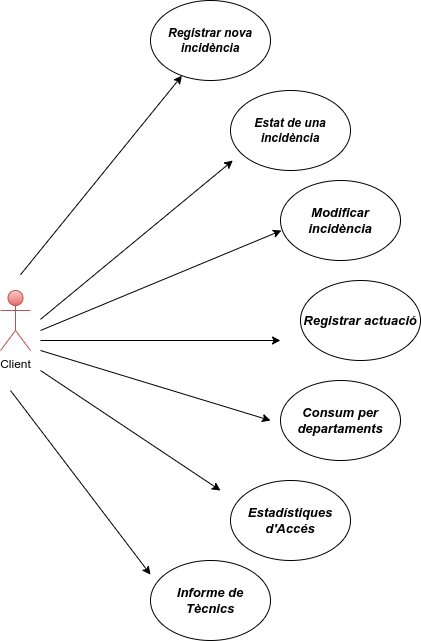
Before: Diagrama de casos d'us.drawio.png, a diagram exported from draw.io (inspedralbes/projecte-1dam-24-25-dam1pj1). Source tidied: cells renumbered, new cells last; positions are measured from the earlier drawing's top-left corner, leaving out a move shared by most shapes. Source of this version:
```xml
<mxGraphModel>
  <root>
    <mxCell id="0" />
    <mxCell id="1" parent="0" />
    <mxCell id="2" value="&lt;span style=&quot;box-sizing: border-box; font-variant-ligatures: normal; font-variant-caps: normal; letter-spacing: normal; orphans: 2; text-align: left; text-indent: 0px; text-transform: none; widows: 2; word-spacing: 0px; -webkit-text-stroke-width: 0px; white-space: normal; text-decoration-thickness: initial; text-decoration-style: initial; text-decoration-color: initial; font-family: Comfortaa, Arial; font-style: italic; vertical-align: baseline;&quot; class=&quot;C9DxTc&quot;&gt;&lt;font style=&quot;color: rgb(0, 0, 0);&quot;&gt;&lt;b style=&quot;&quot;&gt;Registrar nova incidència&lt;/b&gt;&lt;/font&gt;&lt;/span&gt;" style="ellipse;whiteSpace=wrap;html=1;" parent="1" vertex="1">
      <mxGeometry x="150" width="120" height="80" as="geometry" />
    </mxCell>
    <mxCell id="3" value="&lt;font style=&quot;color: rgb(0, 0, 0);&quot;&gt;&lt;b&gt;&lt;span style=&quot;box-sizing: border-box; text-align: left; font-family: Comfortaa, Arial; font-style: italic; vertical-align: baseline;&quot; class=&quot;C9DxTc&quot;&gt;Estat de una incidència&lt;/span&gt;&lt;/b&gt;&lt;/font&gt;" style="ellipse;whiteSpace=wrap;html=1;" parent="1" vertex="1">
      <mxGeometry x="230" y="90" width="120" height="80" as="geometry" />
    </mxCell>
    <mxCell id="4" value="&lt;span style=&quot;font-family: Comfortaa, Arial; font-style: italic; text-align: left;&quot;&gt;&lt;font style=&quot;font-size: 13px; color: rgb(0, 0, 0);&quot;&gt;&lt;b style=&quot;&quot;&gt;Modificar incidència&lt;/b&gt;&lt;/font&gt;&lt;/span&gt;" style="ellipse;whiteSpace=wrap;html=1;" parent="1" vertex="1">
      <mxGeometry x="280" y="180" width="120" height="80" as="geometry" />
    </mxCell>
    <mxCell id="5" value="&lt;span style=&quot;font-family: Comfortaa, Arial; font-style: italic; text-align: left;&quot;&gt;&lt;font style=&quot;font-size: 13px; color: rgb(0, 0, 0);&quot;&gt;&lt;b style=&quot;&quot;&gt;Registrar actuació&lt;/b&gt;&lt;/font&gt;&lt;/span&gt;" style="ellipse;whiteSpace=wrap;html=1;" parent="1" vertex="1">
      <mxGeometry x="300" y="280" width="120" height="80" as="geometry" />
    </mxCell>
    <mxCell id="6" value="&lt;span style=&quot;font-family: Comfortaa, Arial; font-style: italic; text-align: left;&quot;&gt;&lt;font style=&quot;font-size: 13px; color: rgb(0, 0, 0);&quot;&gt;&lt;b style=&quot;&quot;&gt;Informe de Tècnics&lt;/b&gt;&lt;/font&gt;&lt;/span&gt;" style="ellipse;whiteSpace=wrap;html=1;" parent="1" vertex="1">
      <mxGeometry x="150" y="560" width="120" height="80" as="geometry" />
    </mxCell>
    <mxCell id="7" value="&lt;span style=&quot;box-sizing: border-box; text-align: left; font-family: Comfortaa, Arial; font-style: italic; vertical-align: baseline;&quot; class=&quot;C9DxTc&quot;&gt;&lt;font style=&quot;font-size: 13px; color: rgb(0, 0, 0);&quot;&gt;&lt;b style=&quot;&quot;&gt;Consum per departaments&lt;/b&gt;&lt;/font&gt;&lt;/span&gt;" style="ellipse;whiteSpace=wrap;html=1;" parent="1" vertex="1">
      <mxGeometry x="280" y="380" width="120" height="80" as="geometry" />
    </mxCell>
    <mxCell id="8" value="&lt;span style=&quot;font-family: Comfortaa, Arial; font-style: italic; text-align: justify;&quot;&gt;&lt;font style=&quot;font-size: 13px;&quot;&gt;&lt;b style=&quot;&quot;&gt;Estadístiques d'Accés&lt;/b&gt;&lt;/font&gt;&lt;/span&gt;" style="ellipse;whiteSpace=wrap;html=1;" parent="1" vertex="1">
      <mxGeometry x="230" y="480" width="120" height="80" as="geometry" />
    </mxCell>
    <mxCell id="9" value="Client" style="shape=umlActor;verticalLabelPosition=bottom;verticalAlign=top;html=1;fillColor=#f8cecc;strokeColor=#b85450;gradientColor=#ea6b66;" parent="1" vertex="1">
      <mxGeometry y="290" width="30" height="60" as="geometry" />
    </mxCell>
    <mxCell id="10" style="endArrow=classic;html=1;rounded=0;" parent="1" edge="1" target="2">
      <mxGeometry relative="1" as="geometry">
        <mxPoint x="20" y="274.2" as="sourcePoint" />
      </mxGeometry>
    </mxCell>
    <mxCell id="11" style="endArrow=classic;html=1;rounded=0;" parent="1" edge="1">
      <mxGeometry relative="1" as="geometry">
        <mxPoint x="10" y="390" as="sourcePoint" />
        <mxPoint x="150" y="574.1" as="targetPoint" />
      </mxGeometry>
    </mxCell>
    <mxCell id="12" style="endArrow=classic;html=1;rounded=0;" parent="1" edge="1">
      <mxGeometry relative="1" as="geometry">
        <mxPoint x="40" y="318.9" as="sourcePoint" />
        <mxPoint x="232.3" y="160" as="targetPoint" />
      </mxGeometry>
    </mxCell>
    <mxCell id="13" style="endArrow=classic;html=1;rounded=0;" parent="1" edge="1">
      <mxGeometry relative="1" as="geometry">
        <mxPoint x="40" y="340" as="sourcePoint" />
        <mxPoint x="280" y="340" as="targetPoint" />
      </mxGeometry>
    </mxCell>
    <mxCell id="14" style="endArrow=classic;html=1;rounded=0;" parent="1" edge="1">
      <mxGeometry relative="1" as="geometry">
        <mxPoint x="40" y="370" as="sourcePoint" />
        <mxPoint x="220" y="490" as="targetPoint" />
      </mxGeometry>
    </mxCell>
    <mxCell id="15" style="endArrow=classic;html=1;rounded=0;entryX=0.008;entryY=0.625;entryDx=0;entryDy=0;entryPerimeter=0;" parent="1" edge="1" target="4">
      <mxGeometry relative="1" as="geometry">
        <mxPoint x="40" y="330" as="sourcePoint" />
      </mxGeometry>
    </mxCell>
    <mxCell id="16" style="endArrow=classic;html=1;rounded=0;" parent="1" edge="1">
      <mxGeometry relative="1" as="geometry">
        <mxPoint x="40" y="350" as="sourcePoint" />
        <mxPoint x="270" y="420" as="targetPoint" />
      </mxGeometry>
    </mxCell>
  </root>
</mxGraphModel>
```
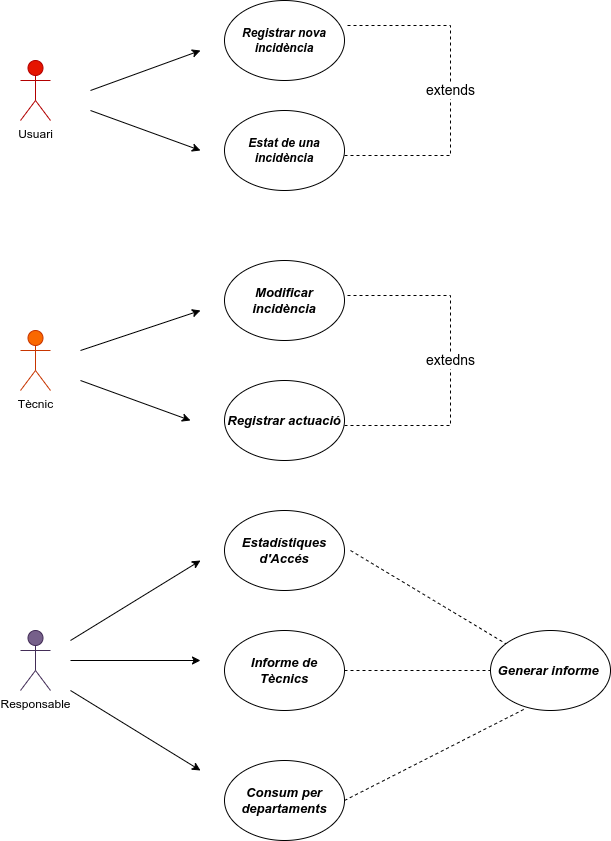
The same file after the commit.

Change to the diagram source:
```diff
@@ -3,68 +3,110 @@
     <mxCell id="0" />
     <mxCell id="1" parent="0" />
     <mxCell id="2" value="&lt;span style=&quot;box-sizing: border-box; font-variant-ligatures: normal; font-variant-caps: normal; letter-spacing: normal; orphans: 2; text-align: left; text-indent: 0px; text-transform: none; widows: 2; word-spacing: 0px; -webkit-text-stroke-width: 0px; white-space: normal; text-decoration-thickness: initial; text-decoration-style: initial; text-decoration-color: initial; font-family: Comfortaa, Arial; font-style: italic; vertical-align: baseline;&quot; class=&quot;C9DxTc&quot;&gt;&lt;font style=&quot;color: rgb(0, 0, 0);&quot;&gt;&lt;b style=&quot;&quot;&gt;Registrar nova incidència&lt;/b&gt;&lt;/font&gt;&lt;/span&gt;" style="ellipse;whiteSpace=wrap;html=1;" parent="1" vertex="1">
-      <mxGeometry x="150" width="120" height="80" as="geometry" />
+      <mxGeometry x="204" y="-60" width="120" height="80" as="geometry" />
     </mxCell>
     <mxCell id="3" value="&lt;font style=&quot;color: rgb(0, 0, 0);&quot;&gt;&lt;b&gt;&lt;span style=&quot;box-sizing: border-box; text-align: left; font-family: Comfortaa, Arial; font-style: italic; vertical-align: baseline;&quot; class=&quot;C9DxTc&quot;&gt;Estat de una incidència&lt;/span&gt;&lt;/b&gt;&lt;/font&gt;" style="ellipse;whiteSpace=wrap;html=1;" parent="1" vertex="1">
-      <mxGeometry x="230" y="90" width="120" height="80" as="geometry" />
+      <mxGeometry x="204" y="50" width="120" height="80" as="geometry" />
     </mxCell>
     <mxCell id="4" value="&lt;span style=&quot;font-family: Comfortaa, Arial; font-style: italic; text-align: left;&quot;&gt;&lt;font style=&quot;font-size: 13px; color: rgb(0, 0, 0);&quot;&gt;&lt;b style=&quot;&quot;&gt;Modificar incidència&lt;/b&gt;&lt;/font&gt;&lt;/span&gt;" style="ellipse;whiteSpace=wrap;html=1;" parent="1" vertex="1">
-      <mxGeometry x="280" y="180" width="120" height="80" as="geometry" />
+      <mxGeometry x="204" y="200" width="120" height="80" as="geometry" />
     </mxCell>
     <mxCell id="5" value="&lt;span style=&quot;font-family: Comfortaa, Arial; font-style: italic; text-align: left;&quot;&gt;&lt;font style=&quot;font-size: 13px; color: rgb(0, 0, 0);&quot;&gt;&lt;b style=&quot;&quot;&gt;Registrar actuació&lt;/b&gt;&lt;/font&gt;&lt;/span&gt;" style="ellipse;whiteSpace=wrap;html=1;" parent="1" vertex="1">
-      <mxGeometry x="300" y="280" width="120" height="80" as="geometry" />
+      <mxGeometry x="204" y="320" width="120" height="80" as="geometry" />
     </mxCell>
     <mxCell id="6" value="&lt;span style=&quot;font-family: Comfortaa, Arial; font-style: italic; text-align: left;&quot;&gt;&lt;font style=&quot;font-size: 13px; color: rgb(0, 0, 0);&quot;&gt;&lt;b style=&quot;&quot;&gt;Informe de Tècnics&lt;/b&gt;&lt;/font&gt;&lt;/span&gt;" style="ellipse;whiteSpace=wrap;html=1;" parent="1" vertex="1">
-      <mxGeometry x="150" y="560" width="120" height="80" as="geometry" />
+      <mxGeometry x="204" y="570" width="120" height="80" as="geometry" />
     </mxCell>
     <mxCell id="7" value="&lt;span style=&quot;box-sizing: border-box; text-align: left; font-family: Comfortaa, Arial; font-style: italic; vertical-align: baseline;&quot; class=&quot;C9DxTc&quot;&gt;&lt;font style=&quot;font-size: 13px; color: rgb(0, 0, 0);&quot;&gt;&lt;b style=&quot;&quot;&gt;Consum per departaments&lt;/b&gt;&lt;/font&gt;&lt;/span&gt;" style="ellipse;whiteSpace=wrap;html=1;" parent="1" vertex="1">
-      <mxGeometry x="280" y="380" width="120" height="80" as="geometry" />
+      <mxGeometry x="204" y="700" width="120" height="80" as="geometry" />
     </mxCell>
     <mxCell id="8" value="&lt;span style=&quot;font-family: Comfortaa, Arial; font-style: italic; text-align: justify;&quot;&gt;&lt;font style=&quot;font-size: 13px;&quot;&gt;&lt;b style=&quot;&quot;&gt;Estadístiques d'Accés&lt;/b&gt;&lt;/font&gt;&lt;/span&gt;" style="ellipse;whiteSpace=wrap;html=1;" parent="1" vertex="1">
-      <mxGeometry x="230" y="480" width="120" height="80" as="geometry" />
+      <mxGeometry x="204" y="450" width="120" height="80" as="geometry" />
     </mxCell>
-    <mxCell id="9" value="Client" style="shape=umlActor;verticalLabelPosition=bottom;verticalAlign=top;html=1;fillColor=#f8cecc;strokeColor=#b85450;gradientColor=#ea6b66;" parent="1" vertex="1">
-      <mxGeometry y="290" width="30" height="60" as="geometry" />
+    <mxCell id="9" value="Usuari" style="shape=umlActor;verticalLabelPosition=bottom;verticalAlign=top;html=1;fillColor=#e51400;strokeColor=#B20000;fontColor=#000000;" parent="1" vertex="1">
+      <mxGeometry width="30" height="60" as="geometry" />
     </mxCell>
-    <mxCell id="10" style="endArrow=classic;html=1;rounded=0;" parent="1" edge="1" target="2">
-      <mxGeometry relative="1" as="geometry">
-        <mxPoint x="20" y="274.2" as="sourcePoint" />
-      </mxGeometry>
-    </mxCell>
-    <mxCell id="11" style="endArrow=classic;html=1;rounded=0;" parent="1" edge="1">
-      <mxGeometry relative="1" as="geometry">
-        <mxPoint x="10" y="390" as="sourcePoint" />
-        <mxPoint x="150" y="574.1" as="targetPoint" />
-      </mxGeometry>
-    </mxCell>
-    <mxCell id="12" style="endArrow=classic;html=1;rounded=0;" parent="1" edge="1">
-      <mxGeometry relative="1" as="geometry">
-        <mxPoint x="40" y="318.9" as="sourcePoint" />
-        <mxPoint x="232.3" y="160" as="targetPoint" />
-      </mxGeometry>
-    </mxCell>
-    <mxCell id="13" style="endArrow=classic;html=1;rounded=0;" parent="1" edge="1">
-      <mxGeometry relative="1" as="geometry">
-        <mxPoint x="40" y="340" as="sourcePoint" />
-        <mxPoint x="280" y="340" as="targetPoint" />
-      </mxGeometry>
-    </mxCell>
-    <mxCell id="14" style="endArrow=classic;html=1;rounded=0;" parent="1" edge="1">
-      <mxGeometry relative="1" as="geometry">
-        <mxPoint x="40" y="370" as="sourcePoint" />
-        <mxPoint x="220" y="490" as="targetPoint" />
-      </mxGeometry>
-    </mxCell>
-    <mxCell id="15" style="endArrow=classic;html=1;rounded=0;entryX=0.008;entryY=0.625;entryDx=0;entryDy=0;entryPerimeter=0;" parent="1" edge="1" target="4">
-      <mxGeometry relative="1" as="geometry">
-        <mxPoint x="40" y="330" as="sourcePoint" />
-      </mxGeometry>
-    </mxCell>
-    <mxCell id="16" style="endArrow=classic;html=1;rounded=0;" parent="1" edge="1">
-      <mxGeometry relative="1" as="geometry">
-        <mxPoint x="40" y="350" as="sourcePoint" />
-        <mxPoint x="270" y="420" as="targetPoint" />
-      </mxGeometry>
-    </mxCell>
+    <mxCell id="17" value="Tècnic" style="shape=umlActor;verticalLabelPosition=bottom;verticalAlign=top;html=1;fillColor=#fa6800;fontColor=#000000;strokeColor=#C73500;" parent="1" vertex="1">
+      <mxGeometry y="270" width="30" height="60" as="geometry" />
+    </mxCell>
+    <mxCell id="18" value="Responsable" style="shape=umlActor;verticalLabelPosition=bottom;verticalAlign=top;html=1;fillColor=#76608a;fontColor=#000000;strokeColor=#432D57;" parent="1" vertex="1">
+      <mxGeometry y="570" width="30" height="60" as="geometry" />
+    </mxCell>
+    <mxCell id="19" style="endArrow=classic;html=1;rounded=0;" parent="1" edge="1">
+      <mxGeometry relative="1" as="geometry">
+        <mxPoint x="70" y="30" as="sourcePoint" />
+        <mxPoint x="180" y="-10" as="targetPoint" />
+      </mxGeometry>
+    </mxCell>
+    <mxCell id="20" style="endArrow=classic;html=1;rounded=0;" parent="1" edge="1">
+      <mxGeometry relative="1" as="geometry">
+        <mxPoint x="70" y="50" as="sourcePoint" />
+        <mxPoint x="180" y="90" as="targetPoint" />
+      </mxGeometry>
+    </mxCell>
+    <mxCell id="21" style="endArrow=classic;html=1;rounded=0;" parent="1" edge="1">
+      <mxGeometry relative="1" as="geometry">
+        <mxPoint x="60" y="320" as="sourcePoint" />
+        <mxPoint x="170" y="360" as="targetPoint" />
+      </mxGeometry>
+    </mxCell>
+    <mxCell id="22" style="endArrow=classic;html=1;rounded=0;" parent="1" edge="1">
+      <mxGeometry relative="1" as="geometry">
+        <mxPoint x="60" y="290" as="sourcePoint" />
+        <mxPoint x="180" y="250" as="targetPoint" />
+      </mxGeometry>
+    </mxCell>
+    <mxCell id="23" style="endArrow=classic;html=1;rounded=0;" parent="1" edge="1">
+      <mxGeometry relative="1" as="geometry">
+        <mxPoint x="50" y="580" as="sourcePoint" />
+        <mxPoint x="180" y="500" as="targetPoint" />
+      </mxGeometry>
+    </mxCell>
+    <mxCell id="24" style="endArrow=classic;html=1;rounded=0;" parent="1" edge="1">
+      <mxGeometry relative="1" as="geometry">
+        <mxPoint x="50" y="630" as="sourcePoint" />
+        <mxPoint x="180" y="710" as="targetPoint" />
+      </mxGeometry>
+    </mxCell>
+    <mxCell id="25" style="endArrow=classic;html=1;rounded=0;" parent="1" edge="1">
+      <mxGeometry relative="1" as="geometry">
+        <mxPoint x="50" y="600" as="sourcePoint" />
+        <mxPoint x="180" y="600" as="targetPoint" />
+      </mxGeometry>
+    </mxCell>
+    <mxCell id="26" value="&lt;b&gt;&lt;font style=&quot;font-size: 13px;&quot;&gt;&lt;i&gt;Generar informe&amp;nbsp;&lt;/i&gt;&lt;/font&gt;&lt;/b&gt;" style="ellipse;whiteSpace=wrap;html=1;" parent="1" vertex="1">
+      <mxGeometry x="470" y="570" width="120" height="80" as="geometry" />
+    </mxCell>
+    <mxCell id="27" style="endArrow=none;dashed=1;html=1;rounded=0;" parent="1" edge="1" target="26">
+      <mxGeometry relative="1" as="geometry">
+        <mxPoint x="330" y="490" as="sourcePoint" />
+      </mxGeometry>
+    </mxCell>
+    <mxCell id="28" style="endArrow=none;dashed=1;html=1;rounded=0;exitX=1;exitY=0.5;exitDx=0;exitDy=0;entryX=0;entryY=0.5;entryDx=0;entryDy=0;" parent="1" edge="1" source="6" target="26">
+      <mxGeometry relative="1" as="geometry" />
+    </mxCell>
+    <mxCell id="29" style="endArrow=none;dashed=1;html=1;rounded=0;exitX=1;exitY=0.5;exitDx=0;exitDy=0;entryX=0.283;entryY=0.982;entryDx=0;entryDy=0;entryPerimeter=0;" parent="1" edge="1" source="7" target="26">
+      <mxGeometry relative="1" as="geometry" />
+    </mxCell>
+    <mxCell id="30" value="&lt;font style=&quot;font-size: 14px;&quot;&gt;extends&lt;/font&gt;" style="endArrow=none;dashed=1;html=1;rounded=0;" parent="1" edge="1">
+      <mxGeometry relative="1" as="geometry">
+        <mxPoint x="324" y="95" as="sourcePoint" />
+        <mxPoint x="324" y="-35" as="targetPoint" />
+        <Array as="points">
+          <mxPoint x="430" y="95" />
+          <mxPoint x="430" y="-35" />
+        </Array>
+      </mxGeometry>
+    </mxCell>
+    <mxCell id="31" value="&lt;font style=&quot;font-size: 14px;&quot;&gt;extedns&lt;/font&gt;" style="endArrow=none;dashed=1;html=1;rounded=0;" parent="1" edge="1">
+      <mxGeometry relative="1" as="geometry">
+        <mxPoint x="324" y="365" as="sourcePoint" />
+        <mxPoint x="324" y="235" as="targetPoint" />
+        <Array as="points">
+          <mxPoint x="430" y="365" />
+          <mxPoint x="430" y="235" />
+        </Array>
+      </mxGeometry>
+    </mxCell>
   </root>
 </mxGraphModel>
```
